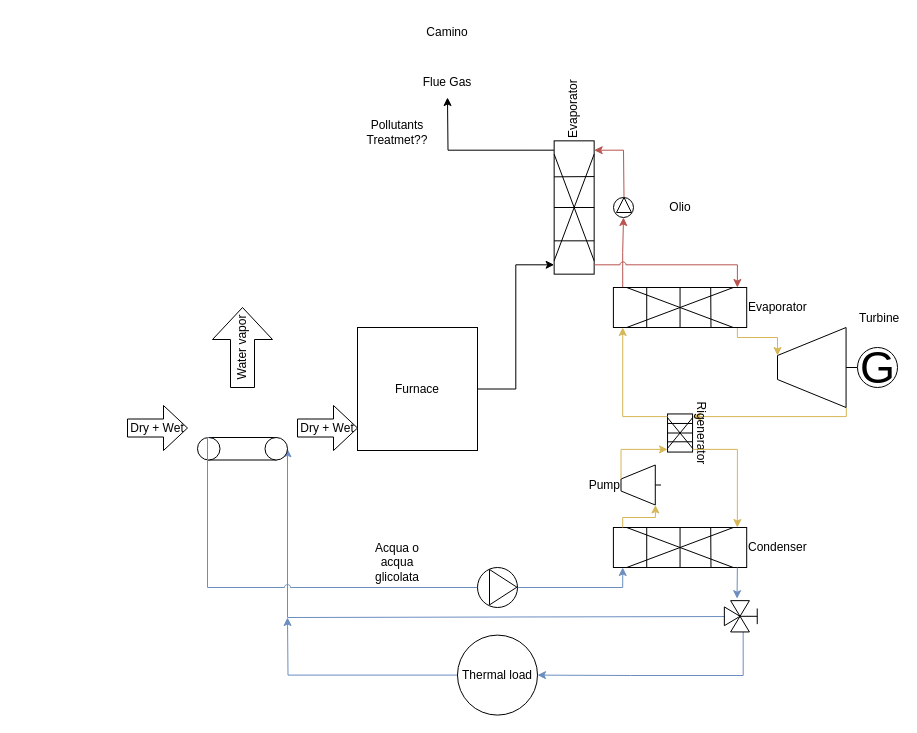
Earlier version of the draw.io diagram schema.drawio (a-tommico/TPPD-TE). Source tidied: cells renumbered, new cells numbered last; positions are measured from the earlier drawing's top-left corner, leaving out a move shared by most shapes. Both pictures are drawn from the tidied source at 100%, with x=0, y=0 at pixel (127, 17).
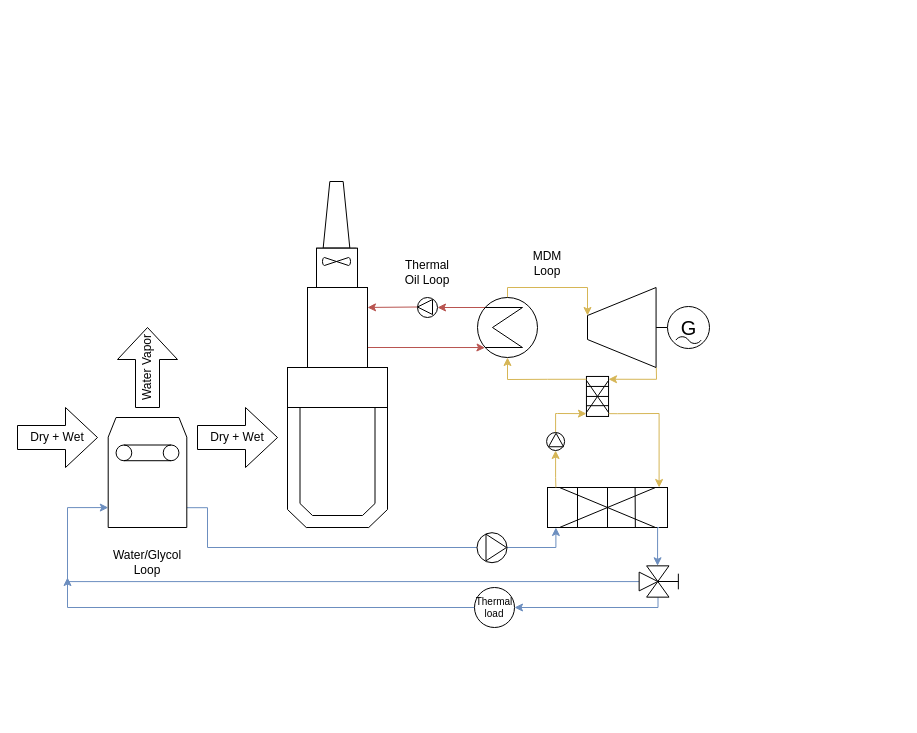
The same diagram, later.

The edit, as a diff of the source:
```diff
@@
     <mxCell id="2" style="edgeStyle=orthogonalEdgeStyle;rounded=0;jettySize=auto;html=1;exitX=0.86;exitY=1;exitDx=0;exitDy=0;exitPerimeter=0;entryX=0.07;entryY=0;entryDx=0;entryDy=0;entryPerimeter=0;fillColor=#fff2cc;strokeColor=#d6b656;" parent="1" edge="1" source="3" target="14">
       <mxGeometry relative="1" as="geometry">
         <Array as="points">
-          <mxPoint x="719" y="399" />
+          <mxPoint x="529" y="350" />
+          <mxPoint x="529" y="371" />
         </Array>
       </mxGeometry>
     </mxCell>
-    <mxCell id="3" value="Turbine" style="verticalLabelPosition=top;align=left;dashed=0;html=1;verticalAlign=bottom;shape=mxgraph.pid.engines.turbine;labelPosition=right;" parent="1" vertex="1">
-      <mxGeometry x="650" y="310" width="80" height="80" as="geometry" />
+    <mxCell id="3" style="verticalLabelPosition=top;align=left;dashed=0;html=1;verticalAlign=bottom;shape=mxgraph.pid.engines.turbine;labelPosition=right;" parent="1" vertex="1">
+      <mxGeometry x="460" y="270" width="80" height="80" as="geometry" />
     </mxCell>
-    <mxCell id="4" style="edgeStyle=orthogonalEdgeStyle;rounded=0;jettySize=auto;html=1;entryX=0;entryY=0.35;entryDx=0;entryDy=0;entryPerimeter=0;exitX=0.93;exitY=1;exitDx=0;exitDy=0;exitPerimeter=0;fillColor=#fff2cc;strokeColor=#d6b656;" parent="1" edge="1" source="10" target="3">
+    <mxCell id="4" style="edgeStyle=orthogonalEdgeStyle;rounded=0;jettySize=auto;html=1;entryX=0;entryY=0.35;entryDx=0;entryDy=0;entryPerimeter=0;exitX=0.5;exitY=0;exitDx=0;exitDy=0;exitPerimeter=0;fillColor=#fff2cc;strokeColor=#d6b656;" parent="1" edge="1" source="50" target="3">
       <mxGeometry relative="1" as="geometry">
         <Array as="points">
-          <mxPoint x="610" y="320" />
-          <mxPoint x="650" y="320" />
+          <mxPoint x="380" y="270" />
+          <mxPoint x="460" y="270" />
+          <mxPoint x="460" y="298" />
         </Array>
       </mxGeometry>
     </mxCell>
-    <mxCell id="5" value="G" style="dashed=0;align=center;html=1;shape=mxgraph.pid.engines.generator;fontSize=45;" parent="1" vertex="1">
-      <mxGeometry x="730" y="330" width="40" height="40" as="geometry" />
-    </mxCell>
-    <mxCell id="6" value="Pump" style="verticalLabelPosition=middle;align=right;dashed=0;html=1;verticalAlign=middle;shape=mxgraph.pid.engines.turbine;labelPosition=left;" parent="1" vertex="1">
-      <mxGeometry x="493.5" y="447.5" width="40" height="40" as="geometry" />
-    </mxCell>
-    <mxCell id="7" style="edgeStyle=orthogonalEdgeStyle;rounded=0;jettySize=auto;html=1;exitX=0.507;exitY=0.966;exitDx=0;exitDy=0;exitPerimeter=0;fillColor=#dae8fc;strokeColor=#6c8ebf;entryX=1;entryY=0.5;entryDx=0;entryDy=0;entryPerimeter=0;" parent="1" edge="1" source="36" target="13">
+    <mxCell id="7" style="edgeStyle=orthogonalEdgeStyle;rounded=0;jettySize=auto;html=1;exitX=0.503;exitY=1.004;exitDx=0;exitDy=0;exitPerimeter=0;fillColor=#dae8fc;strokeColor=#6c8ebf;entryX=0.001;entryY=0.819;entryDx=0;entryDy=0;entryPerimeter=0;" parent="1" edge="1" source="36" target="43">
       <mxGeometry relative="1" as="geometry">
         <Array as="points">
-          <mxPoint x="598" y="600" />
-          <mxPoint x="160" y="600" />
+          <mxPoint x="-60" y="564" />
+          <mxPoint x="-60" y="490" />
         </Array>
       </mxGeometry>
     </mxCell>
-    <mxCell id="8" value="Condenser" style="shape=mxgraph.pid.heat_exchangers.heat_exchanger_(plate);html=1;align=left;verticalLabelPosition=middle;verticalAlign=middle;dashed=0;labelPosition=right;" parent="1" vertex="1">
-      <mxGeometry x="485.9" y="510" width="133.3" height="40" as="geometry" />
+    <mxCell id="8" style="shape=mxgraph.pid.heat_exchangers.heat_exchanger_(plate);html=1;align=left;verticalLabelPosition=middle;verticalAlign=middle;dashed=0;labelPosition=right;fontSize=10;" parent="1" vertex="1">
+      <mxGeometry x="420" y="470" width="120" height="40" as="geometry" />
     </mxCell>
-    <mxCell id="9" style="edgeStyle=orthogonalEdgeStyle;rounded=0;jettySize=auto;html=1;exitX=0.07;exitY=0;exitDx=0;exitDy=0;exitPerimeter=0;entryX=0;entryY=0.5;entryDx=0;entryDy=0;fillColor=#f8cecc;strokeColor=#b85450;" parent="1" edge="1" source="10" target="21">
-      <mxGeometry relative="1" as="geometry" />
+    <mxCell id="9" style="edgeStyle=orthogonalEdgeStyle;rounded=0;jettySize=auto;html=1;exitX=0.93;exitY=0;exitDx=0;exitDy=0;exitPerimeter=0;entryX=0;entryY=0.5;entryDx=0;entryDy=0;fillColor=#f8cecc;strokeColor=#b85450;" parent="1" edge="1" target="21">
+      <mxGeometry relative="1" as="geometry">
+        <mxPoint x="372.3" y="285.6" as="sourcePoint" />
+        <Array as="points">
+          <mxPoint x="380" y="286" />
+          <mxPoint x="380" y="290" />
+        </Array>
+      </mxGeometry>
     </mxCell>
-    <mxCell id="10" value="Evaporator" style="shape=mxgraph.pid.heat_exchangers.heat_exchanger_(plate);html=1;align=left;verticalLabelPosition=middle;verticalAlign=middle;dashed=0;labelPosition=right;" parent="1" vertex="1">
-      <mxGeometry x="485.9" y="270" width="133.3" height="40" as="geometry" />
-    </mxCell>
-    <mxCell id="11" style="edgeStyle=orthogonalEdgeStyle;rounded=0;jettySize=auto;html=1;entryX=0.07;entryY=0;entryDx=0;entryDy=0;entryPerimeter=0;" parent="1" edge="1" source="12" target="17">
-      <mxGeometry relative="1" as="geometry" />
-    </mxCell>
-    <mxCell id="12" value="Furnace" style="rounded=0;whiteSpace=wrap;html=1;" parent="1" vertex="1">
-      <mxGeometry x="230" y="310" width="120" height="123" as="geometry" />
-    </mxCell>
-    <mxCell id="13" style="verticalLabelPosition=bottom;outlineConnect=0;align=center;dashed=0;html=1;verticalAlign=top;shape=mxgraph.pid.misc.conveyor_(belt);" parent="1" vertex="1">
-      <mxGeometry x="70" y="420" width="90" height="22.5" as="geometry" />
-    </mxCell>
-    <mxCell id="14" value="Rigenerator" style="shape=mxgraph.pid.heat_exchangers.heat_exchanger_(plate);html=1;align=center;verticalLabelPosition=top;verticalAlign=bottom;dashed=0;labelPosition=center;rotation=90;" parent="1" vertex="1">
-      <mxGeometry x="533.5" y="403" width="38.1" height="25" as="geometry" />
+    <mxCell id="14" style="shape=mxgraph.pid.heat_exchangers.heat_exchanger_(plate);html=1;align=center;verticalLabelPosition=top;verticalAlign=bottom;dashed=0;labelPosition=center;rotation=90;" parent="1" vertex="1">
+      <mxGeometry x="450" y="367.9" width="40" height="22.1" as="geometry" />
     </mxCell>
     <mxCell id="15" style="edgeStyle=orthogonalEdgeStyle;rounded=0;jettySize=auto;html=1;exitX=0.93;exitY=0;exitDx=0;exitDy=0;exitPerimeter=0;entryX=0.93;entryY=0;entryDx=0;entryDy=0;entryPerimeter=0;fillColor=#fff2cc;strokeColor=#d6b656;" parent="1" edge="1" source="14" target="8">
       <mxGeometry relative="1" as="geometry">
         <Array as="points">
-          <mxPoint x="610" y="432" />
+          <mxPoint x="490" y="396" />
+          <mxPoint x="532" y="396" />
         </Array>
       </mxGeometry>
     </mxCell>
-    <mxCell id="16" style="edgeStyle=orthogonalEdgeStyle;rounded=0;jettySize=auto;html=1;exitX=0.93;exitY=0;exitDx=0;exitDy=0;exitPerimeter=0;" parent="1" edge="1" source="17">
-      <mxGeometry relative="1" as="geometry">
-        <mxPoint x="320" y="80" as="targetPoint" />
-      </mxGeometry>
-    </mxCell>
-    <mxCell id="17" value="Evaporator" style="shape=mxgraph.pid.heat_exchangers.heat_exchanger_(plate);html=1;align=left;verticalLabelPosition=middle;verticalAlign=middle;dashed=0;labelPosition=right;rotation=-90;" parent="1" vertex="1">
-      <mxGeometry x="380" y="170" width="133.3" height="40" as="geometry" />
-    </mxCell>
-    <mxCell id="18" style="edgeStyle=orthogonalEdgeStyle;rounded=0;jettySize=auto;html=1;exitX=1;exitY=0.5;exitDx=0;exitDy=0;entryX=0.93;entryY=1;entryDx=0;entryDy=0;entryPerimeter=0;jumpStyle=arc;fillColor=#f8cecc;strokeColor=#b85450;" parent="1" edge="1" source="22" target="17">
+    <mxCell id="18" style="edgeStyle=orthogonalEdgeStyle;rounded=0;jettySize=auto;html=1;exitX=1;exitY=0.5;exitDx=0;exitDy=0;entryX=1;entryY=0.25;entryDx=0;entryDy=0;jumpStyle=arc;fillColor=#f8cecc;strokeColor=#b85450;" parent="1" edge="1" source="22" target="47">
       <mxGeometry relative="1" as="geometry">
         <Array as="points">
-          <mxPoint x="496" y="160" />
-          <mxPoint x="496" y="133" />
-          <mxPoint x="487" y="133" />
+          <mxPoint x="270" y="290" />
         </Array>
       </mxGeometry>
     </mxCell>
-    <mxCell id="19" style="edgeStyle=orthogonalEdgeStyle;rounded=0;jettySize=auto;html=1;exitX=0.07;exitY=1;exitDx=0;exitDy=0;exitPerimeter=0;entryX=0.93;entryY=0;entryDx=0;entryDy=0;entryPerimeter=0;jumpStyle=arc;fillColor=#f8cecc;strokeColor=#b85450;" parent="1" edge="1" source="17" target="10">
-      <mxGeometry relative="1" as="geometry" />
+    <mxCell id="19" style="edgeStyle=orthogonalEdgeStyle;rounded=0;jettySize=auto;html=1;exitX=1;exitY=0.75;exitDx=0;exitDy=0;entryX=0.125;entryY=0.837;entryDx=0;entryDy=0;entryPerimeter=0;jumpStyle=arc;fillColor=#f8cecc;strokeColor=#b85450;" parent="1" edge="1" source="47" target="50">
+      <mxGeometry relative="1" as="geometry">
+        <Array as="points">
+          <mxPoint x="350" y="330" />
+        </Array>
+      </mxGeometry>
     </mxCell>
-    <mxCell id="20" style="group;rotation=-90;" parent="1" vertex="1">
-      <mxGeometry x="486" y="180" width="20" height="20" as="geometry" />
+    <mxCell id="20" style="group;rotation=-180;" parent="1" vertex="1">
+      <mxGeometry x="290" y="280" width="20" height="20" as="geometry" />
     </mxCell>
-    <mxCell id="21" style="ellipse;whiteSpace=wrap;html=1;rotation=-90;" parent="20" vertex="1">
+    <mxCell id="21" style="ellipse;whiteSpace=wrap;html=1;rotation=-180;" parent="20" vertex="1">
       <mxGeometry width="20" height="20" as="geometry" />
     </mxCell>
-    <mxCell id="22" style="triangle;whiteSpace=wrap;html=1;rotation=-90;" parent="20" vertex="1">
-      <mxGeometry x="3" width="15" height="15" as="geometry" />
+    <mxCell id="22" style="triangle;whiteSpace=wrap;html=1;rotation=-180;" parent="20" vertex="1">
+      <mxGeometry y="2" width="15" height="15" as="geometry" />
     </mxCell>
-    <mxCell id="23" value="Flue Gas" style="text;html=1;whiteSpace=wrap;strokeColor=none;fillColor=none;align=center;verticalAlign=middle;rounded=0;" parent="1" vertex="1">
-      <mxGeometry x="290" y="50" width="60" height="30" as="geometry" />
-    </mxCell>
-    <mxCell id="24" style="edgeStyle=orthogonalEdgeStyle;rounded=0;jettySize=auto;html=1;exitX=0.07;exitY=1;exitDx=0;exitDy=0;exitPerimeter=0;entryX=0.07;entryY=1;entryDx=0;entryDy=0;entryPerimeter=0;fillColor=#fff2cc;strokeColor=#d6b656;" parent="1" edge="1" source="14" target="10">
+    <mxCell id="24" style="edgeStyle=orthogonalEdgeStyle;rounded=0;jettySize=auto;html=1;exitX=0.07;exitY=1;exitDx=0;exitDy=0;exitPerimeter=0;fillColor=#fff2cc;strokeColor=#d6b656;entryX=0.5;entryY=1;entryDx=0;entryDy=0;entryPerimeter=0;" parent="1" edge="1" source="14" target="50">
       <mxGeometry relative="1" as="geometry">
         <Array as="points">
-          <mxPoint x="495" y="399" />
+          <mxPoint x="420" y="362" />
+          <mxPoint x="410" y="362" />
+          <mxPoint x="380" y="362" />
         </Array>
       </mxGeometry>
     </mxCell>
-    <mxCell id="25" style="edgeStyle=orthogonalEdgeStyle;rounded=0;jettySize=auto;html=1;exitX=0.07;exitY=0;exitDx=0;exitDy=0;exitPerimeter=0;entryX=0.86;entryY=1;entryDx=0;entryDy=0;entryPerimeter=0;fillColor=#fff2cc;strokeColor=#d6b656;" parent="1" edge="1" source="8" target="6">
+    <mxCell id="25" style="edgeStyle=orthogonalEdgeStyle;rounded=0;jettySize=auto;html=1;exitX=0.07;exitY=0;exitDx=0;exitDy=0;exitPerimeter=0;entryX=0;entryY=0.5;entryDx=0;entryDy=0;fillColor=#fff2cc;strokeColor=#d6b656;" parent="1" edge="1" source="8" target="54">
       <mxGeometry relative="1" as="geometry">
         <Array as="points">
-          <mxPoint x="495" y="500" />
-          <mxPoint x="528" y="500" />
+          <mxPoint x="428" y="460" />
+          <mxPoint x="428" y="460" />
+          <mxPoint x="428" y="433" />
         </Array>
       </mxGeometry>
     </mxCell>
-    <mxCell id="26" style="edgeStyle=orthogonalEdgeStyle;rounded=0;jettySize=auto;html=1;exitX=0;exitY=0.35;exitDx=0;exitDy=0;exitPerimeter=0;entryX=0.93;entryY=1;entryDx=0;entryDy=0;entryPerimeter=0;fillColor=#fff2cc;strokeColor=#d6b656;" parent="1" edge="1" source="6" target="14">
+    <mxCell id="26" style="edgeStyle=orthogonalEdgeStyle;rounded=0;jettySize=auto;html=1;exitX=1;exitY=0.5;exitDx=0;exitDy=0;entryX=0.93;entryY=1;entryDx=0;entryDy=0;entryPerimeter=0;fillColor=#fff2cc;strokeColor=#d6b656;" parent="1" edge="1" source="54" target="14">
       <mxGeometry relative="1" as="geometry">
         <Array as="points">
-          <mxPoint x="494" y="432" />
+          <mxPoint x="428" y="396" />
+          <mxPoint x="430" y="396" />
         </Array>
       </mxGeometry>
     </mxCell>
-    <mxCell id="27" style="edgeStyle=orthogonalEdgeStyle;rounded=0;jettySize=auto;html=1;entryX=0.07;entryY=1;entryDx=0;entryDy=0;entryPerimeter=0;exitX=0.125;exitY=0;exitDx=0;exitDy=0;exitPerimeter=0;jumpStyle=arc;fillColor=#dae8fc;strokeColor=#6c8ebf;" parent="1" edge="1" source="13" target="8">
+    <mxCell id="27" style="edgeStyle=orthogonalEdgeStyle;rounded=0;jettySize=auto;html=1;entryX=0.07;entryY=1;entryDx=0;entryDy=0;entryPerimeter=0;exitX=1;exitY=0.82;exitDx=0;exitDy=0;exitPerimeter=0;jumpStyle=arc;fillColor=#dae8fc;strokeColor=#6c8ebf;" parent="1" edge="1" source="43" target="8">
       <mxGeometry relative="1" as="geometry">
         <Array as="points">
-          <mxPoint x="80" y="420" />
-          <mxPoint x="80" y="570" />
-          <mxPoint x="495" y="570" />
+          <mxPoint x="80" y="490" />
+          <mxPoint x="80" y="530" />
+          <mxPoint x="428" y="530" />
+          <mxPoint x="428" y="510" />
         </Array>
       </mxGeometry>
     </mxCell>
-    <mxCell id="28" value="Acqua o acqua glicolata" style="text;html=1;whiteSpace=wrap;strokeColor=none;fillColor=none;align=center;verticalAlign=middle;rounded=0;" parent="1" vertex="1">
-      <mxGeometry x="240" y="530" width="60" height="30" as="geometry" />
+    <mxCell id="28" value="Water/Glycol Loop" style="text;html=1;whiteSpace=wrap;strokeColor=none;fillColor=none;align=center;verticalAlign=middle;rounded=0;" parent="1" vertex="1">
+      <mxGeometry x="-10" y="530" width="60" height="30" as="geometry" />
     </mxCell>
-    <mxCell id="29" value="Olio" style="text;html=1;whiteSpace=wrap;strokeColor=none;fillColor=none;align=center;verticalAlign=middle;rounded=0;" parent="1" vertex="1">
-      <mxGeometry x="522.5" y="175" width="60" height="30" as="geometry" />
-    </mxCell>
-    <mxCell id="30" value="Camino" style="text;html=1;whiteSpace=wrap;strokeColor=none;fillColor=none;align=center;verticalAlign=middle;rounded=0;" parent="1" vertex="1">
-      <mxGeometry x="290" width="60" height="30" as="geometry" />
-    </mxCell>
-    <mxCell id="31" value="Pollutants Treatmet??" style="text;html=1;whiteSpace=wrap;strokeColor=none;fillColor=none;align=center;verticalAlign=middle;rounded=0;" parent="1" vertex="1">
-      <mxGeometry x="240" y="100" width="60" height="30" as="geometry" />
-    </mxCell>
     <mxCell id="32" value="Dry + Wet" style="shape=singleArrow;whiteSpace=wrap;html=1;arrowWidth=0.4;arrowSize=0.4;" parent="1" vertex="1">
-      <mxGeometry y="388" width="60" height="45" as="geometry" />
+      <mxGeometry x="-110" y="390" width="80" height="60" as="geometry" />
     </mxCell>
-    <mxCell id="33" value="Dry + Wet" style="shape=singleArrow;whiteSpace=wrap;html=1;arrowWidth=0.4;arrowSize=0.4;" parent="1" vertex="1">
-      <mxGeometry x="170" y="388" width="60" height="45" as="geometry" />
-    </mxCell>
-    <mxCell id="34" value="Water vapor" style="shape=singleArrow;whiteSpace=wrap;html=1;arrowWidth=0.4;arrowSize=0.4;rotation=-90;" parent="1" vertex="1">
-      <mxGeometry x="75" y="300" width="80" height="60" as="geometry" />
+    <mxCell id="34" value="Water Vapor" style="shape=singleArrow;whiteSpace=wrap;html=1;arrowWidth=0.4;arrowSize=0.4;rotation=-90;" parent="1" vertex="1">
+      <mxGeometry x="-20" y="320" width="80" height="60" as="geometry" />
     </mxCell>
-    <mxCell id="35" style="edgeStyle=orthogonalEdgeStyle;rounded=0;jettySize=auto;html=1;entryX=1;entryY=0.5;entryDx=0;entryDy=0;fillColor=#dae8fc;strokeColor=#6c8ebf;" parent="1" edge="1" source="36" target="39">
+    <mxCell id="35" style="edgeStyle=orthogonalEdgeStyle;rounded=0;jettySize=auto;html=1;entryX=1;entryY=0.5;entryDx=0;entryDy=0;fillColor=#dae8fc;strokeColor=#6c8ebf;exitX=1.001;exitY=0.579;exitDx=0;exitDy=0;exitPerimeter=0;" parent="1" edge="1" source="36" target="39">
       <mxGeometry relative="1" as="geometry">
         <Array as="points">
-          <mxPoint x="616" y="658" />
-          <mxPoint x="503" y="658" />
+          <mxPoint x="530" y="590" />
         </Array>
       </mxGeometry>
     </mxCell>
     <mxCell id="36" style="verticalLabelPosition=bottom;align=center;html=1;verticalAlign=top;dashed=0;shape=mxgraph.pid2valves.valve;valveType=threeWay;actuator=man;rotation=90;" parent="1" vertex="1">
-      <mxGeometry x="600" y="580" width="31.3" height="37.6" as="geometry" />
+      <mxGeometry x="518.4" y="541.6" width="31.3" height="44.8" as="geometry" />
     </mxCell>
-    <mxCell id="37" style="edgeStyle=orthogonalEdgeStyle;rounded=0;jettySize=auto;html=1;exitX=0.93;exitY=1;exitDx=0;exitDy=0;exitPerimeter=0;entryX=-0.063;entryY=0.662;entryDx=0;entryDy=0;entryPerimeter=0;fillColor=#dae8fc;strokeColor=#6c8ebf;" parent="1" edge="1" source="8" target="36">
+    <mxCell id="37" style="edgeStyle=orthogonalEdgeStyle;rounded=0;jettySize=auto;html=1;exitX=0.93;exitY=1;exitDx=0;exitDy=0;exitPerimeter=0;entryX=-0.002;entryY=0.589;entryDx=0;entryDy=0;entryPerimeter=0;fillColor=#dae8fc;strokeColor=#6c8ebf;" parent="1" edge="1" source="8" target="36">
       <mxGeometry relative="1" as="geometry" />
     </mxCell>
     <mxCell id="38" style="edgeStyle=orthogonalEdgeStyle;rounded=0;jettySize=auto;html=1;exitX=0;exitY=0.5;exitDx=0;exitDy=0;fillColor=#dae8fc;strokeColor=#6c8ebf;" parent="1" edge="1" source="39">
       <mxGeometry relative="1" as="geometry">
-        <mxPoint x="160" y="600" as="targetPoint" />
+        <mxPoint x="-60" y="560" as="targetPoint" />
+        <Array as="points">
+          <mxPoint x="-60" y="590" />
+        </Array>
       </mxGeometry>
     </mxCell>
-    <mxCell id="39" value="Thermal load" style="ellipse;whiteSpace=wrap;html=1;" parent="1" vertex="1">
-      <mxGeometry x="330" y="617.6" width="80" height="80" as="geometry" />
+    <mxCell id="39" value="Thermal load" style="ellipse;whiteSpace=wrap;html=1;fontSize=10;" parent="1" vertex="1">
+      <mxGeometry x="347" y="570" width="40" height="40" as="geometry" />
     </mxCell>
     <mxCell id="40" style="group;rotation=90;" parent="1" vertex="1">
-      <mxGeometry x="350" y="550" width="40" height="40" as="geometry" />
+      <mxGeometry x="357" y="515.2" width="30" height="30" as="geometry" />
     </mxCell>
     <mxCell id="41" style="ellipse;whiteSpace=wrap;html=1;rotation=0;" parent="40" vertex="1">
-      <mxGeometry width="40" height="40" as="geometry" />
+      <mxGeometry x="-7.5" width="30" height="30" as="geometry" />
     </mxCell>
     <mxCell id="42" style="triangle;whiteSpace=wrap;html=1;rotation=0;" parent="40" vertex="1">
-      <mxGeometry x="12" y="2" width="27.4" height="35.4" as="geometry" />
+      <mxGeometry x="1.5" y="1.5" width="20.5" height="26.6" as="geometry" />
     </mxCell>
+    <mxCell id="33" value="Dry + Wet" style="shape=singleArrow;whiteSpace=wrap;html=1;arrowWidth=0.4;arrowSize=0.4;" parent="1" vertex="1">
+      <mxGeometry x="70" y="390" width="80" height="60" as="geometry" />
+    </mxCell>
+    <mxCell id="43" style="shape=mxgraph.pid.driers.drier_(roller_conveyor_belt);html=1;align=center;verticalLabelPosition=bottom;verticalAlign=top;dashed=0;" parent="1" vertex="1">
+      <mxGeometry x="-19.3" y="400" width="78.6" height="110" as="geometry" />
+    </mxCell>
+    <mxCell id="44" style="shape=mxgraph.pid.vessels.furnace2;html=1;align=center;verticalLabelPosition=bottom;verticalAlign=top;dashed=0;" parent="1" vertex="1">
+      <mxGeometry x="160" y="390" width="100" height="120" as="geometry" />
+    </mxCell>
+    <mxCell id="45" style="verticalLabelPosition=bottom;align=center;dashed=0;html=1;verticalAlign=top;shape=mxgraph.pid.misc.stack,_chimney;" parent="1" vertex="1">
+      <mxGeometry x="189" y="164" width="40" height="66.7" as="geometry" />
+    </mxCell>
+    <mxCell id="46" style="rounded=0;whiteSpace=wrap;html=1;" parent="1" vertex="1">
+      <mxGeometry x="160" y="350" width="100" height="40" as="geometry" />
+    </mxCell>
+    <mxCell id="47" style="rounded=0;whiteSpace=wrap;html=1;" parent="1" vertex="1">
+      <mxGeometry x="180" y="270" width="60" height="80" as="geometry" />
+    </mxCell>
+    <mxCell id="48" style="rounded=0;whiteSpace=wrap;html=1;" parent="1" vertex="1">
+      <mxGeometry x="189" y="230.7" width="41" height="39.3" as="geometry" />
+    </mxCell>
+    <mxCell id="49" style="verticalLabelPosition=bottom;align=center;dashed=0;html=1;verticalAlign=top;shape=mxgraph.pid.misc.fan_2;" parent="1" vertex="1">
+      <mxGeometry x="195" y="240" width="28" height="8" as="geometry" />
+    </mxCell>
+    <mxCell id="50" style="shape=mxgraph.pid.heat_exchangers.shell_and_tube_heat_exchanger_2;html=1;align=center;verticalLabelPosition=bottom;verticalAlign=top;dashed=0;" parent="1" vertex="1">
+      <mxGeometry x="350" y="280" width="60" height="60" as="geometry" />
+    </mxCell>
+    <mxCell id="51" value="Thermal Oil Loop" style="text;html=1;whiteSpace=wrap;strokeColor=none;fillColor=none;align=center;verticalAlign=middle;rounded=0;" parent="1" vertex="1">
+      <mxGeometry x="270" y="240" width="60" height="30" as="geometry" />
+    </mxCell>
+    <mxCell id="52" value="MDM Loop" style="text;html=1;whiteSpace=wrap;strokeColor=none;fillColor=none;align=center;verticalAlign=middle;rounded=0;" parent="1" vertex="1">
+      <mxGeometry x="390" y="230.7" width="60" height="30" as="geometry" />
+    </mxCell>
+    <mxCell id="5" value="G" style="dashed=0;align=center;html=1;shape=mxgraph.pid.engines.generator_(ac);fontSize=20;" parent="1" vertex="1">
+      <mxGeometry x="540" y="289" width="42" height="42" as="geometry" />
+    </mxCell>
+    <mxCell id="53" style="group;rotation=-90;" parent="1" vertex="1">
+      <mxGeometry x="420" y="416" width="18" height="20" as="geometry" />
+    </mxCell>
+    <mxCell id="54" style="ellipse;whiteSpace=wrap;html=1;rotation=-90;" parent="53" vertex="1">
+      <mxGeometry x="-0.9" y="-1" width="18" height="18" as="geometry" />
+    </mxCell>
+    <mxCell id="55" style="triangle;whiteSpace=wrap;html=1;rotation=-90;" parent="53" vertex="1">
+      <mxGeometry x="1.8" y="-1" width="13.5" height="15" as="geometry" />
+    </mxCell>
```
